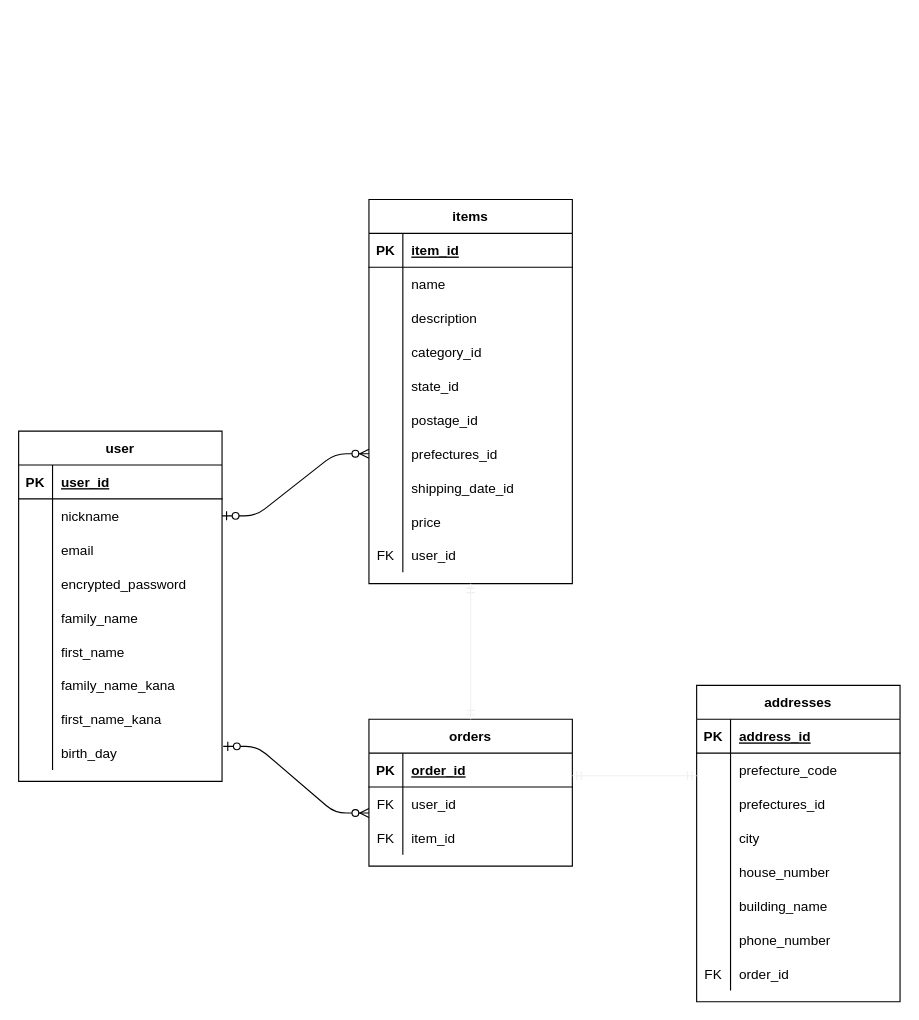
The draw.io diagram furima-3448.dio in pyontarou/furima-34478, before the edit. Source tidied: cells renumbered, new cells numbered last; positions are measured from the earlier drawing's top-left corner, leaving out a move shared by most shapes. Both pictures are drawn from the tidied source at 113%, with x=0, y=0 at pixel (18, 199).
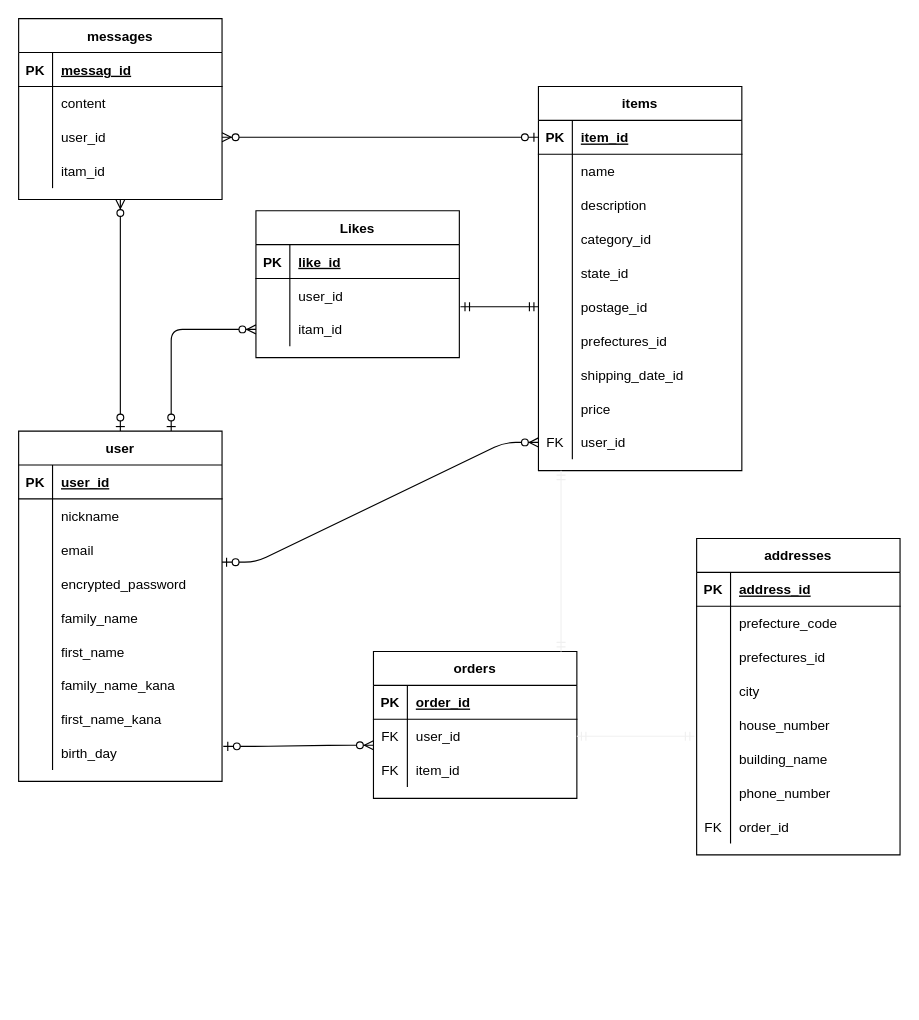
The same diagram, later.

Commit message (it also covers changes not shown here):
データベース設計(追加実装機能の追記)

The change refers to these unchanged cells:
```xml
<mxCell id="2" value="user" style="shape=table;startSize=30;childLayout=tableLayout;rowLines=0;fontStyle=1;align=center;" parent="1" vertex="1">
  <mxGeometry y="205" width="180" height="310" as="geometry" />
</mxCell>
<mxCell id="6" style="shape=partialRectangle;fillColor=none;top=0;left=0;bottom=0;right=0;points=[[0,0.5],[1,0.5]];portConstraint=eastwest;" parent="2" vertex="1">
  <mxGeometry y="60" width="180" height="30" as="geometry" />
</mxCell>
<mxCell id="9" style="shape=partialRectangle;fillColor=none;top=0;left=0;bottom=0;right=0;points=[[0,0.5],[1,0.5]];portConstraint=eastwest;" parent="2" vertex="1">
  <mxGeometry y="90" width="180" height="30" as="geometry" />
</mxCell>
<mxCell id="34" style="shape=partialRectangle;fillColor=none;top=0;left=0;bottom=0;right=0;points=[[0,0.5],[1,0.5]];portConstraint=eastwest;" parent="30" vertex="1">
  <mxGeometry y="60" width="180" height="30" as="geometry" />
</mxCell>
<mxCell id="41" style="shape=partialRectangle;fillColor=none;top=0;left=0;bottom=1;right=0;points=[[0,0.5],[1,0.5]];portConstraint=eastwest;" parent="40" vertex="1">
  <mxGeometry y="30" width="180" height="30" as="geometry" />
</mxCell>
<mxCell id="56" style="shape=partialRectangle;fillColor=none;top=0;left=0;bottom=0;right=0;points=[[0,0.5],[1,0.5]];portConstraint=eastwest;" parent="40" vertex="1">
  <mxGeometry y="180" width="180" height="30" as="geometry" />
</mxCell>
<mxCell id="59" style="shape=partialRectangle;fillColor=none;top=0;left=0;bottom=0;right=0;points=[[0,0.5],[1,0.5]];portConstraint=eastwest;" parent="40" vertex="1">
  <mxGeometry y="210" width="180" height="30" as="geometry" />
</mxCell>
<mxCell id="68" style="shape=partialRectangle;fillColor=none;top=0;left=0;bottom=0;right=0;points=[[0,0.5],[1,0.5]];portConstraint=eastwest;" parent="40" vertex="1">
  <mxGeometry y="300" width="180" height="30" as="geometry" />
</mxCell>
```

What changed in the source:
```diff
@@
     <mxCell id="30" value="orders" style="shape=table;startSize=30;childLayout=tableLayout;rowLines=0;fontStyle=1;align=center;" parent="1" vertex="1">
-      <mxGeometry x="310" y="460" width="180" height="130" as="geometry" />
+      <mxGeometry x="314" y="400" width="180" height="130" as="geometry" />
     </mxCell>
@@
     <mxCell id="40" value="items" style="shape=table;startSize=30;childLayout=tableLayout;rowLines=0;fontStyle=1;align=center;" parent="1" vertex="1">
-      <mxGeometry x="310" width="180" height="340" as="geometry" />
+      <mxGeometry x="460" y="-100" width="180" height="340" as="geometry" />
     </mxCell>
@@
-    <mxCell id="71" style="edgeStyle=entityRelationEdgeStyle;fontSize=12;html=1;endArrow=ERzeroToMany;startArrow=ERzeroToOne;exitX=1;exitY=0.5;exitDx=0;exitDy=0;entryX=0;entryY=0.5;entryDx=0;entryDy=0;" parent="1" edge="1" source="6" target="59">
+    <mxCell id="71" style="edgeStyle=entityRelationEdgeStyle;fontSize=12;html=1;endArrow=ERzeroToMany;startArrow=ERzeroToOne;exitX=1;exitY=0.867;exitDx=0;exitDy=0;entryX=0;entryY=0.5;entryDx=0;entryDy=0;exitPerimeter=0;" parent="1" edge="1" source="9" target="68">
       <mxGeometry relative="1" as="geometry" />
     </mxCell>
@@
-    <mxCell id="73" style="fontSize=12;html=1;endArrow=ERmandOne;startArrow=ERmandOne;strokeColor=#f0f0f0;exitX=0.5;exitY=0;exitDx=0;exitDy=0;" parent="1" edge="1" source="30">
+    <mxCell id="73" style="fontSize=12;html=1;endArrow=ERmandOne;startArrow=ERmandOne;strokeColor=#f0f0f0;" parent="1" edge="1">
       <mxGeometry relative="1" as="geometry">
-        <mxPoint x="400" y="340" as="targetPoint" />
+        <mxPoint x="480" y="400" as="sourcePoint" />
+        <mxPoint x="480" y="240" as="targetPoint" />
       </mxGeometry>
     </mxCell>
     <mxCell id="74" value="addresses" style="shape=table;startSize=30;childLayout=tableLayout;rowLines=0;fontStyle=1;align=center;" parent="1" vertex="1">
-      <mxGeometry x="600" y="430" width="180" height="280" as="geometry" />
+      <mxGeometry x="600" y="300" width="180" height="280" as="geometry" />
     </mxCell>
@@
-    <mxCell id="99" style="fontSize=12;html=1;endArrow=ERmandOne;startArrow=ERmandOne;strokeColor=#f0f0f0;" parent="1" edge="1">
+    <mxCell id="99" style="fontSize=12;html=1;endArrow=ERmandOne;startArrow=ERmandOne;strokeColor=#f0f0f0;entryX=1;entryY=0.5;entryDx=0;entryDy=0;" parent="1" edge="1" target="34">
       <mxGeometry relative="1" as="geometry">
-        <mxPoint x="600" y="510" as="sourcePoint" />
-        <mxPoint x="490" y="510" as="targetPoint" />
+        <mxPoint x="598" y="475" as="sourcePoint" />
       </mxGeometry>
     </mxCell>
+    <mxCell id="100" value="messages" style="shape=table;startSize=30;childLayout=tableLayout;rowLines=0;fontStyle=1;align=center;" parent="1" vertex="1">
+      <mxGeometry y="-160" width="180" height="160" as="geometry" />
+    </mxCell>
+    <mxCell id="101" style="shape=partialRectangle;fillColor=none;top=0;left=0;bottom=1;right=0;" parent="100" vertex="1">
+      <mxGeometry y="30" width="180" height="30" as="geometry" />
+    </mxCell>
+    <mxCell id="102" value="PK" style="shape=partialRectangle;fillColor=none;top=0;left=0;bottom=0;right=0;fontStyle=1;overflow=hidden;" parent="101" vertex="1">
+      <mxGeometry width="30" height="30" as="geometry" />
+    </mxCell>
+    <mxCell id="103" value="messag_id" style="shape=partialRectangle;fillColor=none;top=0;left=0;bottom=0;right=0;align=left;spacingLeft=6;fontStyle=5;overflow=hidden;" parent="101" vertex="1">
+      <mxGeometry x="30" width="150" height="30" as="geometry" />
+    </mxCell>
+    <mxCell id="104" style="shape=partialRectangle;fillColor=none;top=0;left=0;bottom=0;right=0;" parent="100" vertex="1">
+      <mxGeometry y="60" width="180" height="30" as="geometry" />
+    </mxCell>
+    <mxCell id="105" style="shape=partialRectangle;fillColor=none;top=0;left=0;bottom=0;right=0;overflow=hidden;" parent="104" vertex="1">
+      <mxGeometry width="30" height="30" as="geometry" />
+    </mxCell>
+    <mxCell id="106" value="content" style="shape=partialRectangle;fillColor=none;top=0;left=0;bottom=0;right=0;align=left;spacingLeft=6;overflow=hidden;" parent="104" vertex="1">
+      <mxGeometry x="30" width="150" height="30" as="geometry" />
+    </mxCell>
+    <mxCell id="107" style="shape=partialRectangle;fillColor=none;top=0;left=0;bottom=0;right=0;points=[[0,0.5],[1,0.5]];portConstraint=eastwest;" parent="100" vertex="1">
+      <mxGeometry y="90" width="180" height="30" as="geometry" />
+    </mxCell>
+    <mxCell id="108" style="shape=partialRectangle;fillColor=none;top=0;left=0;bottom=0;right=0;overflow=hidden;" parent="107" vertex="1">
+      <mxGeometry width="30" height="30" as="geometry" />
+    </mxCell>
+    <mxCell id="109" value="user_id" style="shape=partialRectangle;fillColor=none;top=0;left=0;bottom=0;right=0;align=left;spacingLeft=6;overflow=hidden;" parent="107" vertex="1">
+      <mxGeometry x="30" width="150" height="30" as="geometry" />
+    </mxCell>
+    <mxCell id="110" style="shape=partialRectangle;fillColor=none;top=0;left=0;bottom=0;right=0;" parent="100" vertex="1">
+      <mxGeometry y="120" width="180" height="30" as="geometry" />
+    </mxCell>
+    <mxCell id="111" style="shape=partialRectangle;fillColor=none;top=0;left=0;bottom=0;right=0;overflow=hidden;" parent="110" vertex="1">
+      <mxGeometry width="30" height="30" as="geometry" />
+    </mxCell>
+    <mxCell id="112" value="itam_id" style="shape=partialRectangle;fillColor=none;top=0;left=0;bottom=0;right=0;align=left;spacingLeft=6;overflow=hidden;" parent="110" vertex="1">
+      <mxGeometry x="30" width="150" height="30" as="geometry" />
+    </mxCell>
+    <mxCell id="113" style="fontSize=12;html=1;endArrow=ERzeroToMany;startArrow=ERzeroToOne;entryX=1;entryY=0.5;entryDx=0;entryDy=0;exitX=0;exitY=0.5;exitDx=0;exitDy=0;" parent="1" edge="1" source="41" target="107">
+      <mxGeometry relative="1" as="geometry" />
+    </mxCell>
+    <mxCell id="114" style="fontSize=12;html=1;endArrow=ERzeroToMany;startArrow=ERzeroToOne;exitX=0.5;exitY=0;exitDx=0;exitDy=0;entryX=0.5;entryY=1;entryDx=0;entryDy=0;" parent="1" edge="1" source="2" target="100">
+      <mxGeometry relative="1" as="geometry" />
+    </mxCell>
+    <mxCell id="115" value="Likes" style="shape=table;startSize=30;childLayout=tableLayout;rowLines=0;fontStyle=1;align=center;" parent="1" vertex="1">
+      <mxGeometry x="210" y="10" width="180" height="130" as="geometry" />
+    </mxCell>
+    <mxCell id="116" style="shape=partialRectangle;fillColor=none;top=0;left=0;bottom=1;right=0;" parent="115" vertex="1">
+      <mxGeometry y="30" width="180" height="30" as="geometry" />
+    </mxCell>
+    <mxCell id="117" value="PK" style="shape=partialRectangle;fillColor=none;top=0;left=0;bottom=0;right=0;fontStyle=1;overflow=hidden;" parent="116" vertex="1">
+      <mxGeometry width="30" height="30" as="geometry" />
+    </mxCell>
+    <mxCell id="118" value="like_id" style="shape=partialRectangle;fillColor=none;top=0;left=0;bottom=0;right=0;align=left;spacingLeft=6;fontStyle=5;overflow=hidden;" parent="116" vertex="1">
+      <mxGeometry x="30" width="150" height="30" as="geometry" />
+    </mxCell>
+    <mxCell id="119" style="shape=partialRectangle;fillColor=none;top=0;left=0;bottom=0;right=0;" parent="115" vertex="1">
+      <mxGeometry y="60" width="180" height="30" as="geometry" />
+    </mxCell>
+    <mxCell id="120" style="shape=partialRectangle;fillColor=none;top=0;left=0;bottom=0;right=0;overflow=hidden;" parent="119" vertex="1">
+      <mxGeometry width="30" height="30" as="geometry" />
+    </mxCell>
+    <mxCell id="121" value="user_id" style="shape=partialRectangle;fillColor=none;top=0;left=0;bottom=0;right=0;align=left;spacingLeft=6;overflow=hidden;" parent="119" vertex="1">
+      <mxGeometry x="30" width="150" height="30" as="geometry" />
+    </mxCell>
+    <mxCell id="122" style="shape=partialRectangle;fillColor=none;top=0;left=0;bottom=0;right=0;points=[[0,0.5],[1,0.5]];portConstraint=eastwest;" parent="115" vertex="1">
+      <mxGeometry y="90" width="180" height="30" as="geometry" />
+    </mxCell>
+    <mxCell id="123" style="shape=partialRectangle;fillColor=none;top=0;left=0;bottom=0;right=0;overflow=hidden;" parent="122" vertex="1">
+      <mxGeometry width="30" height="30" as="geometry" />
+    </mxCell>
+    <mxCell id="124" value="itam_id" style="shape=partialRectangle;fillColor=none;top=0;left=0;bottom=0;right=0;align=left;spacingLeft=6;overflow=hidden;" parent="122" vertex="1">
+      <mxGeometry x="30" width="150" height="30" as="geometry" />
+    </mxCell>
+    <mxCell id="125" style="fontSize=12;html=1;endArrow=ERzeroToMany;startArrow=ERzeroToOne;edgeStyle=orthogonalEdgeStyle;exitX=0.75;exitY=0;exitDx=0;exitDy=0;" parent="1" edge="1" source="2" target="122">
+      <mxGeometry relative="1" as="geometry" />
+    </mxCell>
+    <mxCell id="126" style="fontSize=12;html=1;endArrow=ERmandOne;startArrow=ERmandOne;entryX=0;entryY=0.5;entryDx=0;entryDy=0;" parent="1" edge="1" target="56">
+      <mxGeometry relative="1" as="geometry">
+        <mxPoint x="391" y="95" as="sourcePoint" />
+      </mxGeometry>
+    </mxCell>
```
